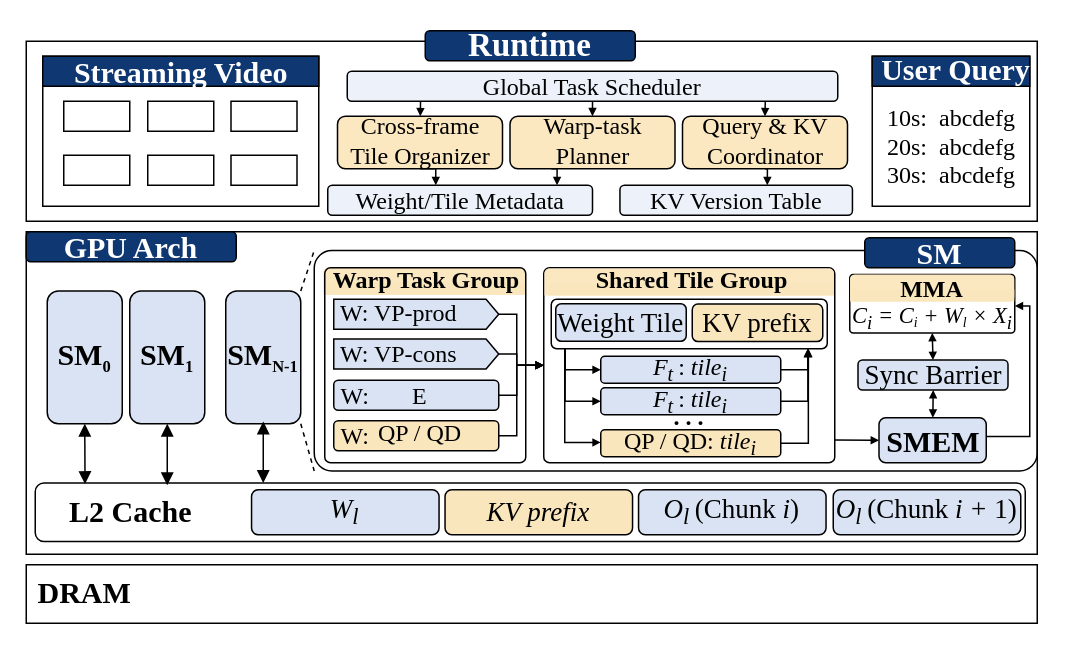
This is system_overview.drawio from icszhr/CHORD, a draw.io file, before an edit. Source tidied: cells renumbered, new cells numbered last; positions are measured from the earlier drawing's top-left corner, leaving out a move shared by most shapes. Both pictures are drawn from the tidied source at 150%, with x=0, y=0 at pixel (26, 30).
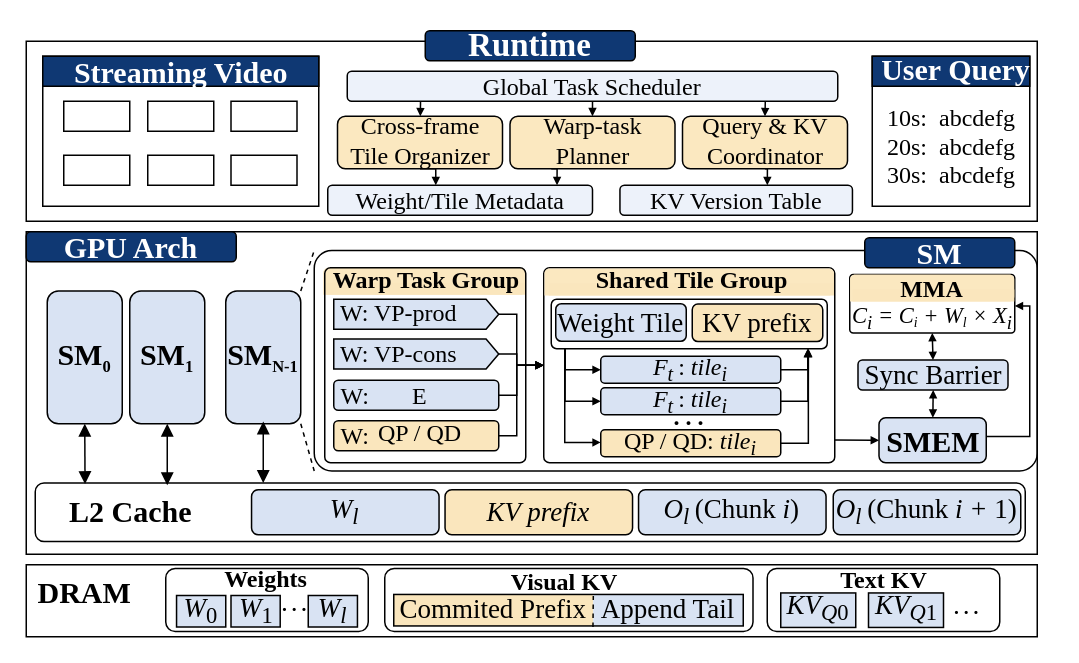
The same diagram, later.

Diff of the diagram source:
```diff
@@
     <mxCell id="80" style="rounded=0;whiteSpace=wrap;html=1;" parent="1" vertex="1">
-      <mxGeometry y="356" width="674" height="39" as="geometry" />
+      <mxGeometry y="356" width="674" height="48" as="geometry" />
     </mxCell>
@@
+    <mxCell id="98" style="rounded=1;whiteSpace=wrap;html=1;roundedPerimeter=1;" parent="1" vertex="1">
+      <mxGeometry x="239" y="358.5" width="245.5" height="42" as="geometry" />
+    </mxCell>
+    <mxCell id="99" style="rounded=1;whiteSpace=wrap;html=1;roundedPerimeter=1;" parent="1" vertex="1">
+      <mxGeometry x="93" y="358.5" width="135" height="42" as="geometry" />
+    </mxCell>
+    <mxCell id="100" value="&lt;sub&gt;&lt;span style=&quot;font-size: 16px;&quot;&gt;Weights&lt;/span&gt;&lt;/sub&gt;" style="text;html=1;whiteSpace=wrap;strokeColor=none;fillColor=none;align=center;verticalAlign=middle;rounded=0;fontFamily=Times New Roman;fontSize=16;fontStyle=1;" parent="1" vertex="1">
+      <mxGeometry x="124" y="353" width="71.5" height="20" as="geometry" />
+    </mxCell>
+    <mxCell id="101" value="&lt;font face=&quot;Times New Roman&quot; style=&quot;font-size: 18px;&quot;&gt;&lt;i&gt;W&lt;/i&gt;&lt;sub style=&quot;&quot;&gt;0&lt;/sub&gt;&lt;/font&gt;" style="rounded=0;whiteSpace=wrap;html=1;fillColor=light-dark(#d9e3f3, #ededed);" parent="1" vertex="1">
+      <mxGeometry x="100.2" y="376.5" width="32.8" height="21" as="geometry" />
+    </mxCell>
+    <mxCell id="102" value="&lt;font face=&quot;Times New Roman&quot; style=&quot;font-size: 18px;&quot;&gt;&lt;i&gt;W&lt;/i&gt;&lt;sub style=&quot;&quot;&gt;1&lt;/sub&gt;&lt;/font&gt;" style="rounded=0;whiteSpace=wrap;html=1;fillColor=light-dark(#d9e3f3, #ededed);" parent="1" vertex="1">
+      <mxGeometry x="136.5" y="376.5" width="32.8" height="21" as="geometry" />
+    </mxCell>
+    <mxCell id="103" value="&lt;i&gt;&lt;font face=&quot;Times New Roman&quot; style=&quot;font-size: 18px;&quot;&gt;W&lt;sub&gt;l&lt;/sub&gt;&lt;/font&gt;&lt;/i&gt;" style="rounded=0;whiteSpace=wrap;html=1;fillColor=light-dark(#d9e3f3, #ededed);" parent="1" vertex="1">
+      <mxGeometry x="188" y="376.5" width="32.8" height="21" as="geometry" />
+    </mxCell>
+    <mxCell id="104" value="&lt;span style=&quot;color: rgb(0, 0, 0); font-family: &amp;quot;Times New Roman&amp;quot;; font-size: 13px; font-style: normal; font-variant-ligatures: normal; font-variant-caps: normal; letter-spacing: normal; orphans: 2; text-align: center; text-indent: 0px; text-transform: none; widows: 2; word-spacing: 0px; -webkit-text-stroke-width: 0px; white-space: normal; text-decoration-thickness: initial; text-decoration-style: initial; text-decoration-color: initial; float: none; display: inline !important;&quot;&gt;&lt;b&gt;. . .&lt;/b&gt;&lt;/span&gt;" style="text;whiteSpace=wrap;html=1;fontSize=9;" parent="1" vertex="1">
+      <mxGeometry x="168.5" y="368" width="23.5" height="20" as="geometry" />
+    </mxCell>
+    <mxCell id="105" value="&lt;sub&gt;&lt;span style=&quot;font-size: 16px;&quot;&gt;Visual KV&lt;/span&gt;&lt;/sub&gt;" style="text;html=1;whiteSpace=wrap;strokeColor=none;fillColor=none;align=center;verticalAlign=middle;rounded=0;fontFamily=Times New Roman;fontSize=16;fontStyle=1;" parent="1" vertex="1">
+      <mxGeometry x="309" y="360.5" width="100" height="8" as="geometry" />
+    </mxCell>
+    <mxCell id="106" style="rounded=1;whiteSpace=wrap;html=1;roundedPerimeter=1;" parent="1" vertex="1">
+      <mxGeometry x="494" y="358.5" width="155" height="42" as="geometry" />
+    </mxCell>
+    <mxCell id="107" value="&lt;sub&gt;&lt;span style=&quot;font-size: 16px;&quot;&gt;Text KV&lt;/span&gt;&lt;/sub&gt;" style="text;html=1;whiteSpace=wrap;strokeColor=none;fillColor=none;align=center;verticalAlign=middle;rounded=0;fontFamily=Times New Roman;fontSize=16;fontStyle=1;" parent="1" vertex="1">
+      <mxGeometry x="521.5" y="359.5" width="100" height="8" as="geometry" />
+    </mxCell>
+    <mxCell id="108" value="&lt;font face=&quot;Times New Roman&quot;&gt;&lt;span style=&quot;font-size: 18px;&quot;&gt;Commited Prefix&lt;/span&gt;&lt;/font&gt;" style="rounded=0;whiteSpace=wrap;html=1;fillColor=light-dark(#fae6bd, #ededed);strokeColor=none;" parent="1" vertex="1">
+      <mxGeometry x="245" y="375.8" width="133" height="21" as="geometry" />
+    </mxCell>
+    <mxCell id="109" value="&lt;font face=&quot;Times New Roman&quot;&gt;&lt;span style=&quot;font-size: 18px;&quot;&gt;Append Tail&lt;/span&gt;&lt;/font&gt;" style="rounded=0;whiteSpace=wrap;html=1;fillColor=light-dark(#d9e3f3, #ededed);strokeColor=none;" parent="1" vertex="1">
+      <mxGeometry x="378" y="375.8" width="100" height="21" as="geometry" />
+    </mxCell>
+    <mxCell id="110" style="rounded=0;whiteSpace=wrap;html=1;fillColor=none;strokeColor=default;" parent="1" vertex="1">
+      <mxGeometry x="245" y="375.8" width="233" height="21" as="geometry" />
+    </mxCell>
+    <mxCell id="111" style="endArrow=none;dashed=1;html=1;rounded=0;defaultLabelBackgroundColor=page;labelPadding=0 4;entryX=0.571;entryY=0.048;entryDx=0;entryDy=0;entryPerimeter=0;exitX=0.57;exitY=1.033;exitDx=0;exitDy=0;exitPerimeter=0;" parent="1" edge="1" source="110" target="110">
+      <mxGeometry relative="1" as="geometry" />
+    </mxCell>
+    <mxCell id="112" value="&lt;font face=&quot;Times New Roman&quot; style=&quot;font-size: 18px;&quot;&gt;&lt;i&gt;KV&lt;/i&gt;&lt;sub style=&quot;&quot;&gt;&lt;i&gt;Q&lt;/i&gt;0&lt;/sub&gt;&lt;/font&gt;" style="rounded=0;whiteSpace=wrap;html=1;fillColor=light-dark(#d9e3f3, #ededed);spacingBottom=2;" parent="1" vertex="1">
+      <mxGeometry x="503" y="374.8" width="50" height="23" as="geometry" />
+    </mxCell>
+    <mxCell id="113" value="&lt;font face=&quot;Times New Roman&quot; style=&quot;font-size: 18px;&quot;&gt;&lt;i&gt;KV&lt;/i&gt;&lt;sub style=&quot;&quot;&gt;&lt;i&gt;Q&lt;/i&gt;1&lt;/sub&gt;&lt;/font&gt;" style="rounded=0;whiteSpace=wrap;html=1;fillColor=light-dark(#d9e3f3, #ededed);spacingBottom=2;" parent="1" vertex="1">
+      <mxGeometry x="561.5" y="374.8" width="50" height="23" as="geometry" />
+    </mxCell>
+    <mxCell id="114" value="&lt;span style=&quot;color: rgb(0, 0, 0); font-family: &amp;quot;Times New Roman&amp;quot;; font-size: 13px; font-style: normal; font-variant-ligatures: normal; font-variant-caps: normal; letter-spacing: normal; orphans: 2; text-align: center; text-indent: 0px; text-transform: none; widows: 2; word-spacing: 0px; -webkit-text-stroke-width: 0px; white-space: normal; text-decoration-thickness: initial; text-decoration-style: initial; text-decoration-color: initial; float: none; display: inline !important;&quot;&gt;&lt;b&gt;. . .&lt;/b&gt;&lt;/span&gt;" style="text;whiteSpace=wrap;html=1;fontSize=9;" parent="1" vertex="1">
+      <mxGeometry x="616.5" y="370" width="23.5" height="20" as="geometry" />
+    </mxCell>
```
